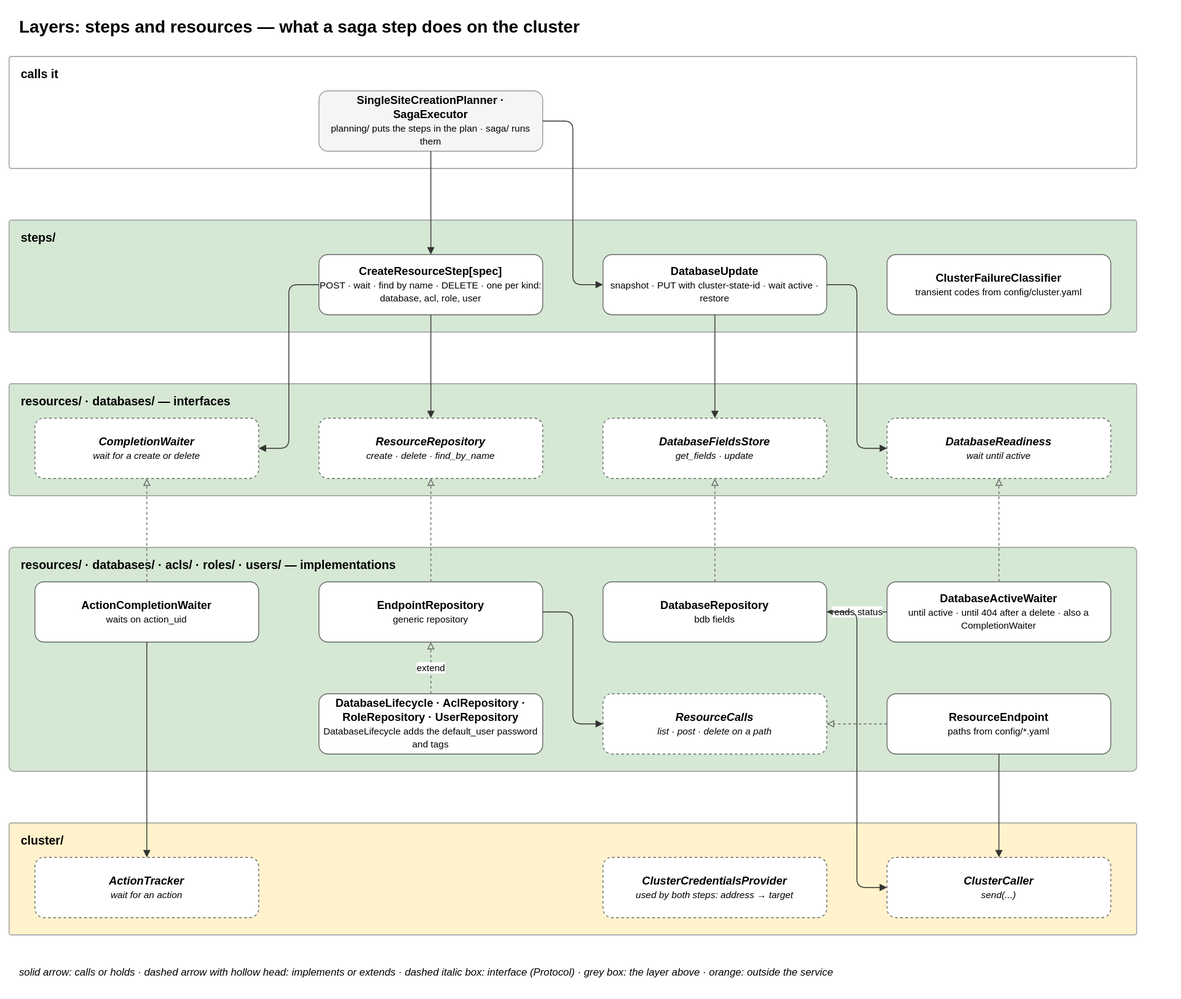
Above: docs/diagrams/07-layer-steps-resources.drawio.svg in EliShteinman/redis-enterprise-services (draw.io), before the change. Source tidied: cells renumbered, new cells last; positions are measured from the earlier drawing's top-left corner, leaving out a move shared by most shapes.
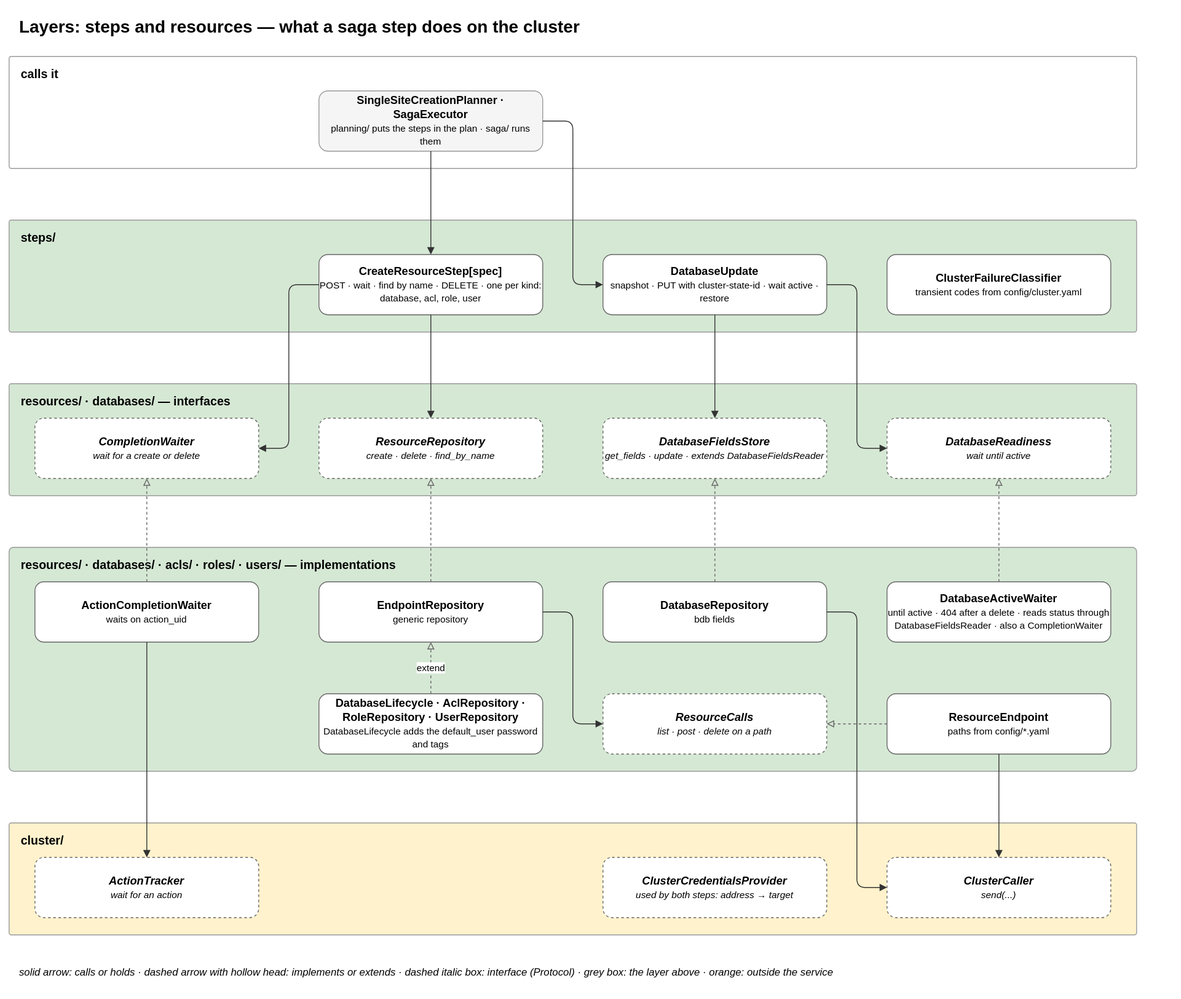
The same diagram one commit later.

Change to the diagram source:
```diff
@@ -32,7 +32,7 @@
     <mxCell id="11" value="&lt;b&gt;ResourceRepository&lt;/b&gt;&lt;br&gt;&lt;font style='font-size:11px'&gt;create · delete · find_by_name&lt;/font&gt;" style="rounded=1;whiteSpace=wrap;html=1;fillColor=#ffffff;strokeColor=#666666;fontSize=13;dashed=1;fontStyle=2;" parent="1" vertex="1">
       <mxGeometry x="360" y="475" width="260" height="70" as="geometry" />
     </mxCell>
-    <mxCell id="12" value="&lt;b&gt;DatabaseFieldsStore&lt;/b&gt;&lt;br&gt;&lt;font style='font-size:11px'&gt;get_fields · update&lt;/font&gt;" style="rounded=1;whiteSpace=wrap;html=1;fillColor=#ffffff;strokeColor=#666666;fontSize=13;dashed=1;fontStyle=2;" parent="1" vertex="1">
+    <mxCell id="12" value="&lt;b&gt;DatabaseFieldsStore&lt;/b&gt;&lt;br&gt;&lt;font style='font-size:11px'&gt;get_fields · update · extends DatabaseFieldsReader&lt;/font&gt;" style="rounded=1;whiteSpace=wrap;html=1;fillColor=#ffffff;strokeColor=#666666;fontSize=13;dashed=1;fontStyle=2;" parent="1" vertex="1">
       <mxGeometry x="690" y="475" width="260" height="70" as="geometry" />
     </mxCell>
     <mxCell id="13" value="&lt;b&gt;DatabaseReadiness&lt;/b&gt;&lt;br&gt;&lt;font style='font-size:11px'&gt;wait until active&lt;/font&gt;" style="rounded=1;whiteSpace=wrap;html=1;fillColor=#ffffff;strokeColor=#666666;fontSize=13;dashed=1;fontStyle=2;" parent="1" vertex="1">
@@ -50,7 +50,7 @@
     <mxCell id="17" value="&lt;b&gt;DatabaseRepository&lt;/b&gt;&lt;br&gt;&lt;font style='font-size:11px'&gt;bdb fields&lt;/font&gt;" style="rounded=1;whiteSpace=wrap;html=1;fillColor=#ffffff;strokeColor=#666666;fontSize=13;" parent="1" vertex="1">
       <mxGeometry x="690" y="665" width="260" height="70" as="geometry" />
     </mxCell>
-    <mxCell id="18" value="&lt;b&gt;DatabaseActiveWaiter&lt;/b&gt;&lt;br&gt;&lt;font style='font-size:11px'&gt;until active · until 404 after a delete · also a CompletionWaiter&lt;/font&gt;" style="rounded=1;whiteSpace=wrap;html=1;fillColor=#ffffff;strokeColor=#666666;fontSize=13;" parent="1" vertex="1">
+    <mxCell id="18" value="&lt;b&gt;DatabaseActiveWaiter&lt;/b&gt;&lt;br&gt;&lt;font style='font-size:11px'&gt;until active · 404 after a delete · reads status through DatabaseFieldsReader · also a CompletionWaiter&lt;/font&gt;" style="rounded=1;whiteSpace=wrap;html=1;fillColor=#ffffff;strokeColor=#666666;fontSize=13;" parent="1" vertex="1">
       <mxGeometry x="1020" y="665" width="260" height="70" as="geometry" />
     </mxCell>
     <mxCell id="19" value="&lt;b&gt;DatabaseLifecycle · AclRepository · RoleRepository · UserRepository&lt;/b&gt;&lt;br&gt;&lt;font style='font-size:11px'&gt;DatabaseLifecycle adds the default_user password and tags&lt;/font&gt;" style="rounded=1;whiteSpace=wrap;html=1;fillColor=#ffffff;strokeColor=#666666;fontSize=13;" parent="1" vertex="1">
@@ -104,29 +104,26 @@
     <mxCell id="35" style="edgeStyle=orthogonalEdgeStyle;rounded=1;html=1;fontSize=11;labelBackgroundColor=#ffffff;exitX=0.5;exitY=0;entryX=0.5;entryY=1;endArrow=block;endFill=0;dashed=1;strokeColor=#666666;" parent="1" edge="1" source="18" target="13">
       <mxGeometry relative="1" as="geometry" />
     </mxCell>
-    <mxCell id="36" value="reads status" style="edgeStyle=orthogonalEdgeStyle;rounded=1;html=1;fontSize=11;labelBackgroundColor=#ffffff;exitX=0;exitY=0.5;entryX=1;entryY=0.5;endArrow=block;strokeColor=#333333;" parent="1" edge="1" source="18" target="17">
+    <mxCell id="36" value="extend" style="edgeStyle=orthogonalEdgeStyle;rounded=1;html=1;fontSize=11;labelBackgroundColor=#ffffff;exitX=0.5;exitY=0;entryX=0.5;entryY=1;endArrow=block;endFill=0;dashed=1;strokeColor=#666666;" parent="1" edge="1" source="19" target="16">
       <mxGeometry relative="1" as="geometry" />
     </mxCell>
-    <mxCell id="37" value="extend" style="edgeStyle=orthogonalEdgeStyle;rounded=1;html=1;fontSize=11;labelBackgroundColor=#ffffff;exitX=0.5;exitY=0;entryX=0.5;entryY=1;endArrow=block;endFill=0;dashed=1;strokeColor=#666666;" parent="1" edge="1" source="19" target="16">
+    <mxCell id="37" style="edgeStyle=orthogonalEdgeStyle;rounded=1;html=1;fontSize=11;labelBackgroundColor=#ffffff;exitX=1;exitY=0.5;entryX=0;entryY=0.5;endArrow=block;strokeColor=#333333;" parent="1" edge="1" source="16" target="20">
       <mxGeometry relative="1" as="geometry" />
     </mxCell>
-    <mxCell id="38" style="edgeStyle=orthogonalEdgeStyle;rounded=1;html=1;fontSize=11;labelBackgroundColor=#ffffff;exitX=1;exitY=0.5;entryX=0;entryY=0.5;endArrow=block;strokeColor=#333333;" parent="1" edge="1" source="16" target="20">
+    <mxCell id="38" style="edgeStyle=orthogonalEdgeStyle;rounded=1;html=1;fontSize=11;labelBackgroundColor=#ffffff;exitX=0;exitY=0.5;entryX=1;entryY=0.5;endArrow=block;endFill=0;dashed=1;strokeColor=#666666;" parent="1" edge="1" source="21" target="20">
       <mxGeometry relative="1" as="geometry" />
     </mxCell>
-    <mxCell id="39" style="edgeStyle=orthogonalEdgeStyle;rounded=1;html=1;fontSize=11;labelBackgroundColor=#ffffff;exitX=0;exitY=0.5;entryX=1;entryY=0.5;endArrow=block;endFill=0;dashed=1;strokeColor=#666666;" parent="1" edge="1" source="21" target="20">
+    <mxCell id="39" style="edgeStyle=orthogonalEdgeStyle;rounded=1;html=1;fontSize=11;labelBackgroundColor=#ffffff;exitX=0.5;exitY=1;entryX=0.5;entryY=0;endArrow=block;strokeColor=#333333;" parent="1" edge="1" source="15" target="23">
       <mxGeometry relative="1" as="geometry" />
     </mxCell>
-    <mxCell id="40" style="edgeStyle=orthogonalEdgeStyle;rounded=1;html=1;fontSize=11;labelBackgroundColor=#ffffff;exitX=0.5;exitY=1;entryX=0.5;entryY=0;endArrow=block;strokeColor=#333333;" parent="1" edge="1" source="15" target="23">
+    <mxCell id="40" style="edgeStyle=orthogonalEdgeStyle;rounded=1;html=1;fontSize=11;labelBackgroundColor=#ffffff;exitX=0.5;exitY=1;entryX=0.5;entryY=0;endArrow=block;strokeColor=#333333;" parent="1" edge="1" source="21" target="25">
       <mxGeometry relative="1" as="geometry" />
     </mxCell>
-    <mxCell id="41" style="edgeStyle=orthogonalEdgeStyle;rounded=1;html=1;fontSize=11;labelBackgroundColor=#ffffff;exitX=0.5;exitY=1;entryX=0.5;entryY=0;endArrow=block;strokeColor=#333333;" parent="1" edge="1" source="21" target="25">
+    <mxCell id="41" style="edgeStyle=orthogonalEdgeStyle;rounded=1;html=1;fontSize=11;labelBackgroundColor=#ffffff;exitX=1;exitY=0.5;entryX=0;entryY=0.5;endArrow=block;strokeColor=#333333;" parent="1" edge="1" source="17" target="25">
       <mxGeometry relative="1" as="geometry" />
     </mxCell>
-    <mxCell id="42" style="edgeStyle=orthogonalEdgeStyle;rounded=1;html=1;fontSize=11;labelBackgroundColor=#ffffff;exitX=1;exitY=0.5;entryX=0;entryY=0.5;endArrow=block;strokeColor=#333333;" parent="1" edge="1" source="17" target="25">
-      <mxGeometry relative="1" as="geometry" />
+    <mxCell id="42" value="&lt;i&gt;solid arrow: calls or holds · dashed arrow with hollow head: implements or extends · dashed italic box: interface (Protocol) · grey box: the layer above · orange: outside the service&lt;/i&gt;" style="text;html=1;fontSize=12;align=left;" parent="1" vertex="1">
+      <mxGeometry x="10" y="1105" width="1330" height="24" as="geometry" />
     </mxCell>
-    <mxCell id="43" value="&lt;i&gt;solid arrow: calls or holds · dashed arrow with hollow head: implements or extends · dashed italic box: interface (Protocol) · grey box: the layer above · orange: outside the service&lt;/i&gt;" style="text;html=1;fontSize=12;align=left;" parent="1" vertex="1">
-      <mxGeometry x="10" y="1105" width="1330" height="24" as="geometry" />
-    </mxCell>
   </root>
 </mxGraphModel>
```
